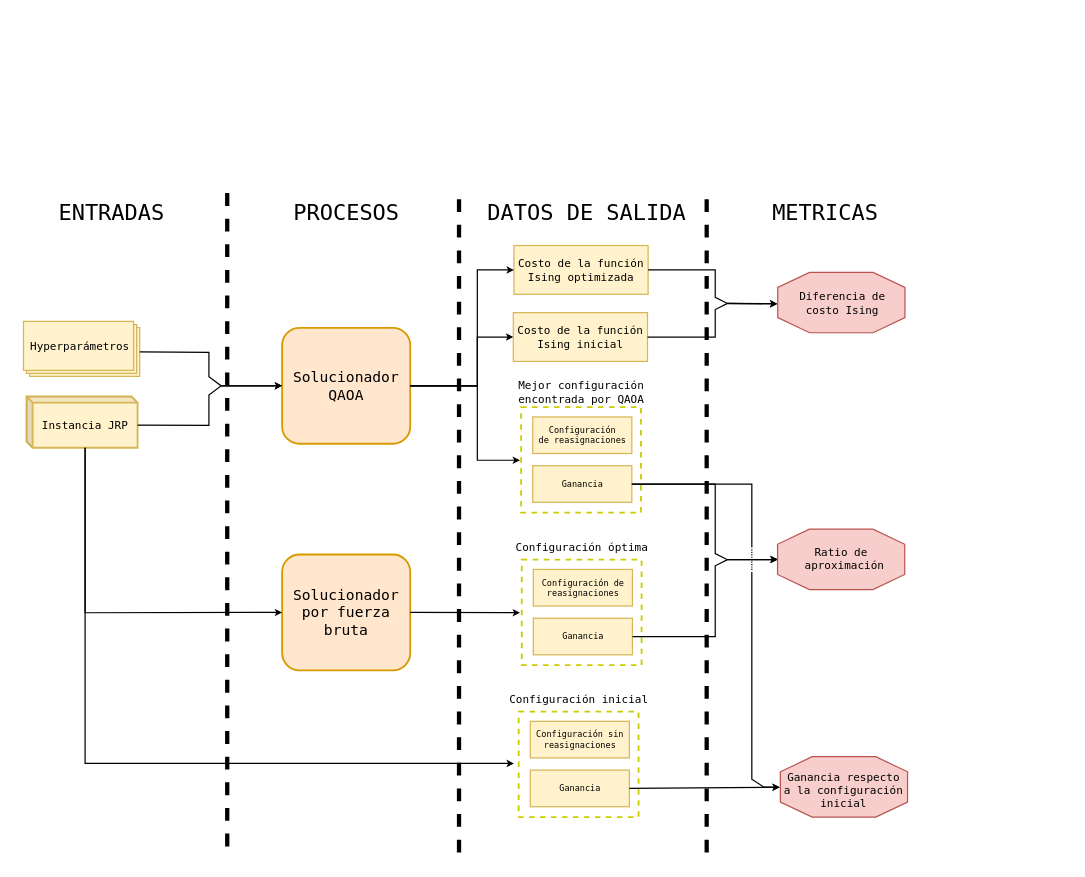
Above: page "AnalizadorRendimientoAlgoritmico" (5 of 12) of experiment_testQAOASolver/design/experiment_design.drawio in AdrianoLusso/QuantumComputing_for_JobReassignmentProblem (draw.io), before the change. Source tidied: cells renumbered, new cells numbered last; positions are measured from the earlier drawing's top-left corner, leaving out a move shared by most shapes. Both pictures are drawn from the tidied source at 61%, with x=0, y=0 at pixel (10, 187). Pictures stored in the file or linked from it are replaced by grey dashed boxes.
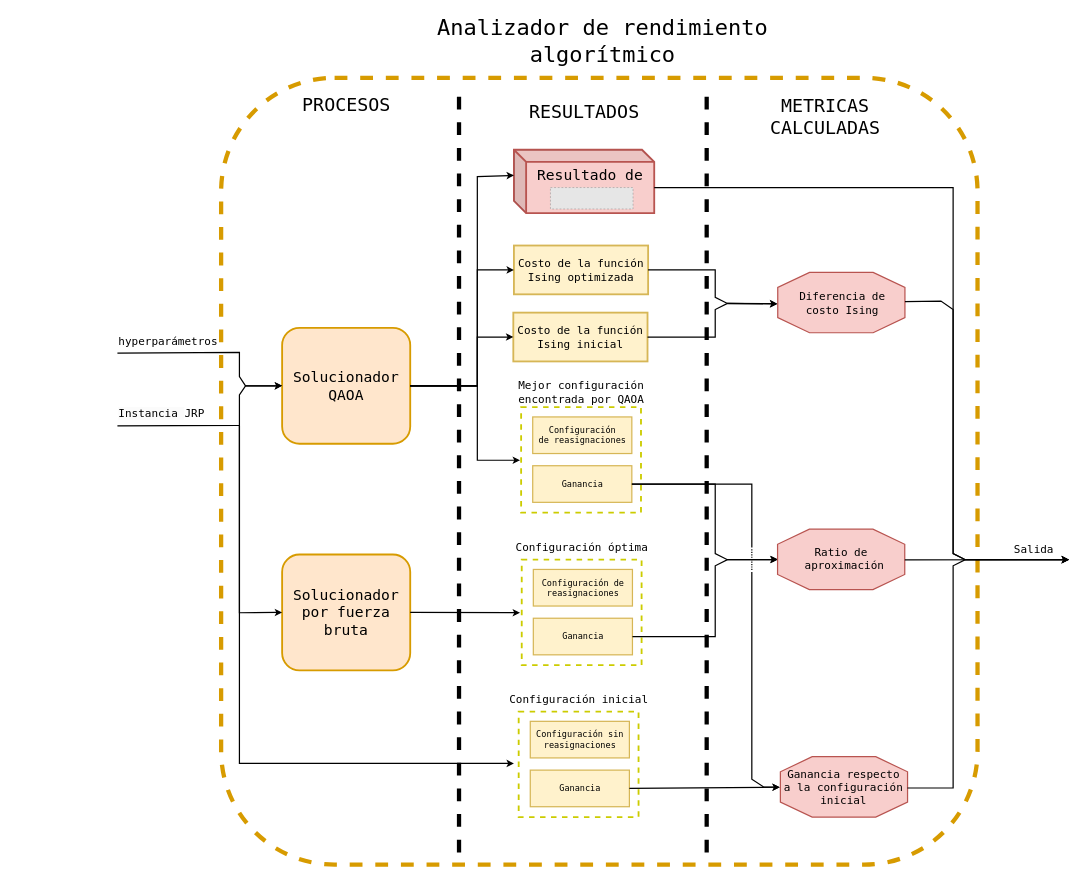
The same diagram, later.

Unchanged cells that the change refers to:
```xml
<mxCell id="7" value="&lt;font style=&quot;font-size: 24px;&quot; face=&quot;Lucida Console&quot;&gt;Solucionador QAOA&lt;/font&gt;" style="rounded=1;whiteSpace=wrap;html=1;fillColor=#ffe6cc;strokeColor=#d79b00;strokeWidth=3;" parent="1" vertex="1">
  <mxGeometry x="445" y="230" width="210" height="190" as="geometry" />
</mxCell>
<mxCell id="13" value="&lt;span style=&quot;font-family: &amp;quot;Lucida Console&amp;quot;; font-size: 24px;&quot;&gt;Solucionador por fuerza bruta&lt;/span&gt;" style="rounded=1;whiteSpace=wrap;html=1;fillColor=#ffe6cc;strokeColor=#d79b00;strokeWidth=3;" parent="1" vertex="1">
  <mxGeometry x="445" y="601.5" width="210" height="190" as="geometry" />
</mxCell>
<mxCell id="25" style="verticalLabelPosition=bottom;verticalAlign=top;html=1;shape=mxgraph.basic.polygon;polyCoords=[[0.25,0],[0.75,0],[1,0.25],[1,0.75],[0.75,1],[0.25,1],[0,0.75],[0,0.25]];polyline=0;fillColor=#f8cecc;strokeColor=#b85450;strokeWidth=2;" parent="24" vertex="1">
  <mxGeometry width="208.5" height="99" as="geometry" />
</mxCell>
<mxCell id="36" style="group;" parent="1" vertex="1">
  <mxGeometry x="1255" y="933" width="220" height="99" as="geometry" />
</mxCell>
<mxCell id="37" style="verticalLabelPosition=bottom;verticalAlign=top;html=1;shape=mxgraph.basic.polygon;polyCoords=[[0.25,0],[0.75,0],[1,0.25],[1,0.75],[0.75,1],[0.25,1],[0,0.75],[0,0.25]];polyline=0;fillColor=#f8cecc;strokeColor=#b85450;strokeWidth=2;" parent="36" vertex="1">
  <mxGeometry x="6.8" width="208.5" height="99" as="geometry" />
</mxCell>
```

Change to the diagram source:
```diff
@@
+    <mxCell id="54" style="rounded=1;whiteSpace=wrap;html=1;fillColor=none;dashed=1;strokeWidth=7;strokeColor=#d79b00;" parent="1" vertex="1">
+      <mxGeometry x="345" y="-180" width="1240" height="1290" as="geometry" />
+    </mxCell>
@@
-    <mxCell id="3" style="group;strokeWidth=3;" parent="1" vertex="1">
-      <mxGeometry x="15" y="219.5" width="210" height="90" as="geometry" />
-    </mxCell>
-    <mxCell id="4" style="verticalLabelPosition=bottom;verticalAlign=top;html=1;shape=mxgraph.basic.layered_rect;dx=10;outlineConnect=0;whiteSpace=wrap;fillColor=#fff2cc;strokeColor=#d6b656;strokeWidth=2;" parent="3" vertex="1">
-      <mxGeometry x="6" width="190.5" height="90" as="geometry" />
-    </mxCell>
-    <mxCell id="5" value="&lt;font face=&quot;Lucida Console&quot; style=&quot;font-size: 18px;&quot;&gt;Hyperparámetros&lt;/font&gt;" style="text;html=1;align=center;verticalAlign=middle;strokeColor=none;fillColor=none;" parent="3" vertex="1">
-      <mxGeometry x="-15" y="14.1" width="225" height="51.4" as="geometry" />
-    </mxCell>
-    <mxCell id="6" value="&lt;font face=&quot;Lucida Console&quot; style=&quot;font-size: 18px;&quot;&gt;Instancia JRP&lt;/font&gt;" style="shape=cube;whiteSpace=wrap;html=1;boundedLbl=1;backgroundOutline=1;darkOpacity=0.05;darkOpacity2=0.1;size=10;fillColor=#fff2cc;strokeColor=#d6b656;strokeWidth=3;" parent="1" vertex="1">
-      <mxGeometry x="26" y="342.5" width="182" height="84" as="geometry" />
-    </mxCell>
@@
-    <mxCell id="11" value="&lt;font style=&quot;font-size: 18px;&quot; face=&quot;Lucida Console&quot;&gt;Costo de la función Ising optimizada&lt;/font&gt;" style="rounded=0;whiteSpace=wrap;html=1;fillColor=#fff2cc;strokeColor=#d6b656;strokeWidth=2;" parent="1" vertex="1">
+    <mxCell id="11" value="&lt;font style=&quot;font-size: 18px;&quot; face=&quot;Lucida Console&quot;&gt;Costo de la función Ising optimizada&lt;/font&gt;" style="rounded=0;whiteSpace=wrap;html=1;fillColor=#fff2cc;strokeColor=#d6b656;strokeWidth=3;" parent="1" vertex="1">
       <mxGeometry x="825" y="95" width="220" height="80" as="geometry" />
     </mxCell>
-    <mxCell id="12" value="&lt;font style=&quot;font-size: 18px;&quot; face=&quot;Lucida Console&quot;&gt;Costo de la función Ising inicial&lt;/font&gt;" style="rounded=0;whiteSpace=wrap;html=1;fillColor=#fff2cc;strokeColor=#d6b656;strokeWidth=2;" parent="1" vertex="1">
+    <mxCell id="12" value="&lt;font style=&quot;font-size: 18px;&quot; face=&quot;Lucida Console&quot;&gt;Costo de la función Ising inicial&lt;/font&gt;" style="rounded=0;whiteSpace=wrap;html=1;fillColor=#fff2cc;strokeColor=#d6b656;strokeWidth=3;" parent="1" vertex="1">
       <mxGeometry x="824" y="205" width="220" height="80" as="geometry" />
     </mxCell>
@@
-    <mxCell id="32" style="group;" parent="1" vertex="1">
+    <mxCell id="32" style="group;strokeWidth=2;" parent="1" vertex="1">
       <mxGeometry x="1215" y="560" width="250.8" height="99" as="geometry" />
     </mxCell>
@@
     <mxCell id="38" value="&lt;font face=&quot;Lucida Console&quot;&gt;&lt;span style=&quot;font-size: 18px;&quot;&gt;Ganancia respecto&lt;/span&gt;&lt;/font&gt;&lt;div&gt;&lt;font face=&quot;Lucida Console&quot;&gt;&lt;span style=&quot;font-size: 18px;&quot;&gt;a la configuración&lt;/span&gt;&lt;/font&gt;&lt;/div&gt;&lt;div&gt;&lt;font face=&quot;Lucida Console&quot;&gt;&lt;span style=&quot;font-size: 18px;&quot;&gt;inicial&lt;/span&gt;&lt;/font&gt;&lt;/div&gt;" style="text;html=1;align=center;verticalAlign=middle;strokeColor=none;fillColor=none;" parent="36" vertex="1">
-      <mxGeometry y="15" width="220" height="80" as="geometry" />
+      <mxGeometry y="9.5" width="220" height="80" as="geometry" />
     </mxCell>
-    <mxCell id="39" style="endArrow=classic;html=1;rounded=0;exitX=0;exitY=0;exitDx=190.5446318737781;exitDy=50;exitPerimeter=0;entryX=0;entryY=0.5;entryDx=0;entryDy=0;strokeWidth=2;" parent="1" edge="1" source="4" target="7">
+    <mxCell id="39" style="endArrow=classic;html=1;rounded=0;entryX=0;entryY=0.5;entryDx=0;entryDy=0;strokeWidth=2;exitX=0;exitY=0.75;exitDx=0;exitDy=0;" parent="1" edge="1" source="64" target="7">
       <mxGeometry relative="1" as="geometry">
         <Array as="points">
-          <mxPoint x="325" y="270" />
-          <mxPoint x="325" y="310" />
-          <mxPoint x="345" y="325" />
+          <mxPoint x="375" y="270" />
+          <mxPoint x="375" y="310" />
+          <mxPoint x="385" y="325" />
         </Array>
       </mxGeometry>
     </mxCell>
-    <mxCell id="40" style="endArrow=classic;html=1;rounded=0;entryX=0;entryY=0.5;entryDx=0;entryDy=0;exitX=0;exitY=0;exitDx=182;exitDy=47;exitPerimeter=0;strokeWidth=2;" parent="1" edge="1" source="6" target="7">
+    <mxCell id="40" style="endArrow=classic;html=1;rounded=0;entryX=0;entryY=0.5;entryDx=0;entryDy=0;strokeWidth=2;exitX=0;exitY=0.75;exitDx=0;exitDy=0;" parent="1" edge="1" source="6" target="7">
       <mxGeometry relative="1" as="geometry">
         <Array as="points">
-          <mxPoint x="325" y="390" />
-          <mxPoint x="325" y="340" />
-          <mxPoint x="345" y="325" />
+          <mxPoint x="375" y="390" />
+          <mxPoint x="375" y="340" />
+          <mxPoint x="385" y="325" />
         </Array>
       </mxGeometry>
     </mxCell>
-    <mxCell id="41" style="endArrow=classic;html=1;rounded=0;exitX=0;exitY=0;exitDx=96;exitDy=84.00000000000001;exitPerimeter=0;entryX=0;entryY=0.5;entryDx=0;entryDy=0;strokeWidth=2;" parent="1" edge="1" source="6" target="13">
+    <mxCell id="41" style="endArrow=classic;html=1;rounded=0;entryX=0;entryY=0.5;entryDx=0;entryDy=0;strokeWidth=2;" parent="1" edge="1" target="13">
       <mxGeometry relative="1" as="geometry">
+        <mxPoint x="375" y="390" as="sourcePoint" />
         <Array as="points">
-          <mxPoint x="122" y="697" />
+          <mxPoint x="375" y="697" />
         </Array>
       </mxGeometry>
     </mxCell>
-    <mxCell id="42" style="endArrow=classic;html=1;rounded=0;exitX=0;exitY=0;exitDx=96;exitDy=84.00000000000001;exitPerimeter=0;strokeWidth=2;" parent="1" edge="1" source="6">
+    <mxCell id="42" style="endArrow=classic;html=1;rounded=0;strokeWidth=2;" parent="1" edge="1">
       <mxGeometry relative="1" as="geometry">
+        <mxPoint x="375" y="390" as="sourcePoint" />
         <mxPoint x="825" y="944" as="targetPoint" />
         <Array as="points">
-          <mxPoint x="122" y="944" />
+          <mxPoint x="375" y="944" />
         </Array>
       </mxGeometry>
     </mxCell>
@@
-    <mxCell id="47" style="endArrow=none;html=1;strokeWidth=7;rounded=0;dashed=1;" parent="1" edge="1">
-      <mxGeometry relative="1" as="geometry">
-        <mxPoint x="355" y="1080" as="sourcePoint" />
-        <mxPoint x="355" as="targetPoint" />
-      </mxGeometry>
-    </mxCell>
     <mxCell id="48" style="endArrow=none;html=1;strokeWidth=7;rounded=0;dashed=1;" parent="1" edge="1">
       <mxGeometry relative="1" as="geometry">
         <mxPoint x="735" y="1090" as="sourcePoint" />
-        <mxPoint x="735" y="10" as="targetPoint" />
+        <mxPoint x="735" y="-150" as="targetPoint" />
       </mxGeometry>
     </mxCell>
     <mxCell id="49" style="endArrow=none;html=1;strokeWidth=7;rounded=0;dashed=1;" parent="1" edge="1">
       <mxGeometry relative="1" as="geometry">
         <mxPoint x="1141" y="1090" as="sourcePoint" />
-        <mxPoint x="1141" y="10" as="targetPoint" />
+        <mxPoint x="1141" y="-160" as="targetPoint" />
       </mxGeometry>
     </mxCell>
-    <mxCell id="50" value="&lt;font face=&quot;Lucida Console&quot; style=&quot;font-size: 36px;&quot;&gt;ENTRADAS&lt;/font&gt;" style="text;html=1;align=center;verticalAlign=middle;strokeColor=none;fillColor=none;" parent="1" vertex="1">
-      <mxGeometry x="65" y="10" width="200" height="60" as="geometry" />
-    </mxCell>
-    <mxCell id="51" value="&lt;font face=&quot;Lucida Console&quot;&gt;&lt;span style=&quot;font-size: 36px;&quot;&gt;PROCESOS&lt;/span&gt;&lt;/font&gt;" style="text;html=1;align=center;verticalAlign=middle;strokeColor=none;fillColor=none;" parent="1" vertex="1">
-      <mxGeometry x="450" y="10" width="200" height="60" as="geometry" />
+    <mxCell id="51" value="&lt;font style=&quot;font-size: 30px;&quot; face=&quot;Lucida Console&quot;&gt;PROCESOS&lt;/font&gt;" style="text;html=1;align=center;verticalAlign=middle;strokeColor=none;fillColor=none;" parent="1" vertex="1">
+      <mxGeometry x="465" y="-161" width="170" height="50" as="geometry" />
     </mxCell>
-    <mxCell id="52" value="&lt;font face=&quot;Lucida Console&quot;&gt;&lt;span style=&quot;font-size: 36px;&quot;&gt;DATOS DE SALIDA&lt;/span&gt;&lt;/font&gt;" style="text;html=1;align=center;verticalAlign=middle;strokeColor=none;fillColor=none;" parent="1" vertex="1">
-      <mxGeometry x="769" y="10" width="350" height="60" as="geometry" />
+    <mxCell id="52" value="&lt;font face=&quot;Lucida Console&quot;&gt;&lt;span style=&quot;font-size: 30px;&quot;&gt;RESULTADOS&lt;/span&gt;&lt;/font&gt;" style="text;html=1;align=center;verticalAlign=middle;strokeColor=none;fillColor=none;" parent="1" vertex="1">
+      <mxGeometry x="840" y="-150" width="200" height="50" as="geometry" />
     </mxCell>
-    <mxCell id="53" value="&lt;font face=&quot;Lucida Console&quot;&gt;&lt;span style=&quot;font-size: 36px;&quot;&gt;METRICAS&lt;/span&gt;&lt;/font&gt;" style="text;html=1;align=center;verticalAlign=middle;strokeColor=none;fillColor=none;" parent="1" vertex="1">
-      <mxGeometry x="1235" y="10" width="200" height="60" as="geometry" />
+    <mxCell id="53" value="&lt;font style=&quot;font-size: 30px;&quot; face=&quot;Lucida Console&quot;&gt;METRICAS&lt;/font&gt;&lt;div&gt;&lt;font style=&quot;font-size: 30px;&quot; face=&quot;Lucida Console&quot;&gt;CALCULADAS&lt;/font&gt;&lt;/div&gt;" style="text;html=1;align=center;verticalAlign=middle;strokeColor=none;fillColor=none;" parent="1" vertex="1">
+      <mxGeometry x="1235" y="-161" width="200" height="90" as="geometry" />
     </mxCell>
+    <mxCell id="55" value="&lt;font face=&quot;Lucida Console&quot; style=&quot;font-size: 24px;&quot;&gt;Resultado de&lt;/font&gt;&lt;div&gt;&lt;font face=&quot;RO9jybW3yGcFtn34NcbQ&quot; size=&quot;3&quot; style=&quot;&quot;&gt;&lt;br&gt;&lt;/font&gt;&lt;/div&gt;&lt;div&gt;&lt;font face=&quot;Lucida Console&quot; style=&quot;font-size: 18px;&quot;&gt;&lt;br&gt;&lt;/font&gt;&lt;/div&gt;" style="shape=cube;whiteSpace=wrap;html=1;boundedLbl=1;backgroundOutline=1;darkOpacity=0.05;darkOpacity2=0.1;size=20;fillColor=#f8cecc;strokeColor=#b85450;strokeWidth=3;" parent="1" vertex="1">
+      <mxGeometry x="825" y="-62" width="230" height="104" as="geometry" />
+    </mxCell>
+    <mxCell id="56" style="fillColor=#E6E6E6;strokeColor=#999999;dashed=1;verticalLabelPosition=bottom;labelBackgroundColor=default;verticalAlign=top;" parent="1" vertex="1">
+      <mxGeometry x="884.9" width="135.4" height="35.1" as="geometry" />
+    </mxCell>
+    <mxCell id="57" style="endArrow=classic;html=1;rounded=0;exitX=1;exitY=0.5;exitDx=0;exitDy=0;entryX=0;entryY=0;entryDx=0;entryDy=42;entryPerimeter=0;strokeWidth=2;" parent="1" edge="1" source="7" target="55">
+      <mxGeometry relative="1" as="geometry">
+        <Array as="points">
+          <mxPoint x="765" y="325" />
+          <mxPoint x="765" y="-18" />
+        </Array>
+      </mxGeometry>
+    </mxCell>
+    <mxCell id="58" value="&lt;font face=&quot;Lucida Console&quot;&gt;&lt;span style=&quot;font-size: 36px;&quot;&gt;Analizador de rendimiento&lt;/span&gt;&lt;/font&gt;&lt;div&gt;&lt;font face=&quot;Lucida Console&quot;&gt;&lt;span style=&quot;font-size: 36px;&quot;&gt;algorítmico&lt;/span&gt;&lt;/font&gt;&lt;/div&gt;" style="text;html=1;align=center;verticalAlign=middle;strokeColor=none;fillColor=none;" parent="1" vertex="1">
+      <mxGeometry x="685" y="-290" width="570" height="100" as="geometry" />
+    </mxCell>
+    <mxCell id="59" style="endArrow=classic;html=1;rounded=0;strokeWidth=2;" parent="1" edge="1" source="25">
+      <mxGeometry relative="1" as="geometry">
+        <mxPoint x="1735" y="610" as="targetPoint" />
+        <Array as="points">
+          <mxPoint x="1525" y="186" />
+          <mxPoint x="1545" y="200" />
+          <mxPoint x="1545" y="600" />
+          <mxPoint x="1565" y="610" />
+        </Array>
+      </mxGeometry>
+    </mxCell>
+    <mxCell id="60" style="endArrow=classic;html=1;rounded=0;strokeWidth=2;" parent="1" edge="1">
+      <mxGeometry relative="1" as="geometry">
+        <mxPoint x="1465.8" y="610.4" as="sourcePoint" />
+        <mxPoint x="1735" y="610" as="targetPoint" />
+      </mxGeometry>
+    </mxCell>
+    <mxCell id="61" style="endArrow=classic;html=1;rounded=0;exitX=0.999;exitY=0.518;exitDx=0;exitDy=0;exitPerimeter=0;strokeWidth=2;" parent="1" edge="1" source="37">
+      <mxGeometry relative="1" as="geometry">
+        <mxPoint x="1735" y="610" as="targetPoint" />
+        <Array as="points">
+          <mxPoint x="1545" y="984" />
+          <mxPoint x="1545" y="620" />
+          <mxPoint x="1565" y="610" />
+        </Array>
+      </mxGeometry>
+    </mxCell>
+    <mxCell id="62" style="endArrow=classic;html=1;rounded=0;exitX=0;exitY=0;exitDx=230.00000000000003;exitDy=62;exitPerimeter=0;strokeWidth=2;" parent="1" edge="1" source="55">
+      <mxGeometry relative="1" as="geometry">
+        <mxPoint x="1735" y="610" as="targetPoint" />
+        <Array as="points">
+          <mxPoint x="1545" />
+          <mxPoint x="1545" y="600" />
+          <mxPoint x="1565" y="610" />
+        </Array>
+      </mxGeometry>
+    </mxCell>
+    <mxCell id="63" value="&lt;font style=&quot;font-size: 18px;&quot; face=&quot;Lucida Console&quot;&gt;Salida&lt;/font&gt;" style="text;html=1;align=center;verticalAlign=middle;strokeColor=none;fillColor=none;" parent="1" vertex="1">
+      <mxGeometry x="1632" y="573" width="90" height="40" as="geometry" />
+    </mxCell>
+    <mxCell id="6" value="&lt;span style=&quot;color: rgb(0, 0, 0); font-family: &amp;quot;Lucida Console&amp;quot;; font-size: 18px; font-style: normal; font-variant-ligatures: normal; font-variant-caps: normal; font-weight: 400; letter-spacing: normal; orphans: 2; text-align: center; text-indent: 0px; text-transform: none; widows: 2; word-spacing: 0px; -webkit-text-stroke-width: 0px; white-space: nowrap; background-color: rgb(251, 251, 251); text-decoration-thickness: initial; text-decoration-style: initial; text-decoration-color: initial; display: inline !important; float: none;&quot;&gt;Instancia&amp;nbsp;&lt;/span&gt;&lt;span style=&quot;font-family: &amp;quot;Lucida Console&amp;quot;; font-size: 18px; text-align: center; text-wrap: nowrap;&quot;&gt;JRP&lt;/span&gt;" style="text;whiteSpace=wrap;html=1;" parent="1" vertex="1">
+      <mxGeometry x="175" y="353" width="190" height="50" as="geometry" />
+    </mxCell>
+    <mxCell id="64" value="&lt;div style=&quot;text-align: center;&quot;&gt;&lt;font face=&quot;Lucida Console&quot;&gt;&lt;span style=&quot;font-size: 18px; text-wrap: nowrap;&quot;&gt;hyperparámetros&lt;/span&gt;&lt;/font&gt;&lt;/div&gt;" style="text;whiteSpace=wrap;html=1;" parent="1" vertex="1">
+      <mxGeometry x="175" y="234" width="190" height="50" as="geometry" />
+    </mxCell>
```
